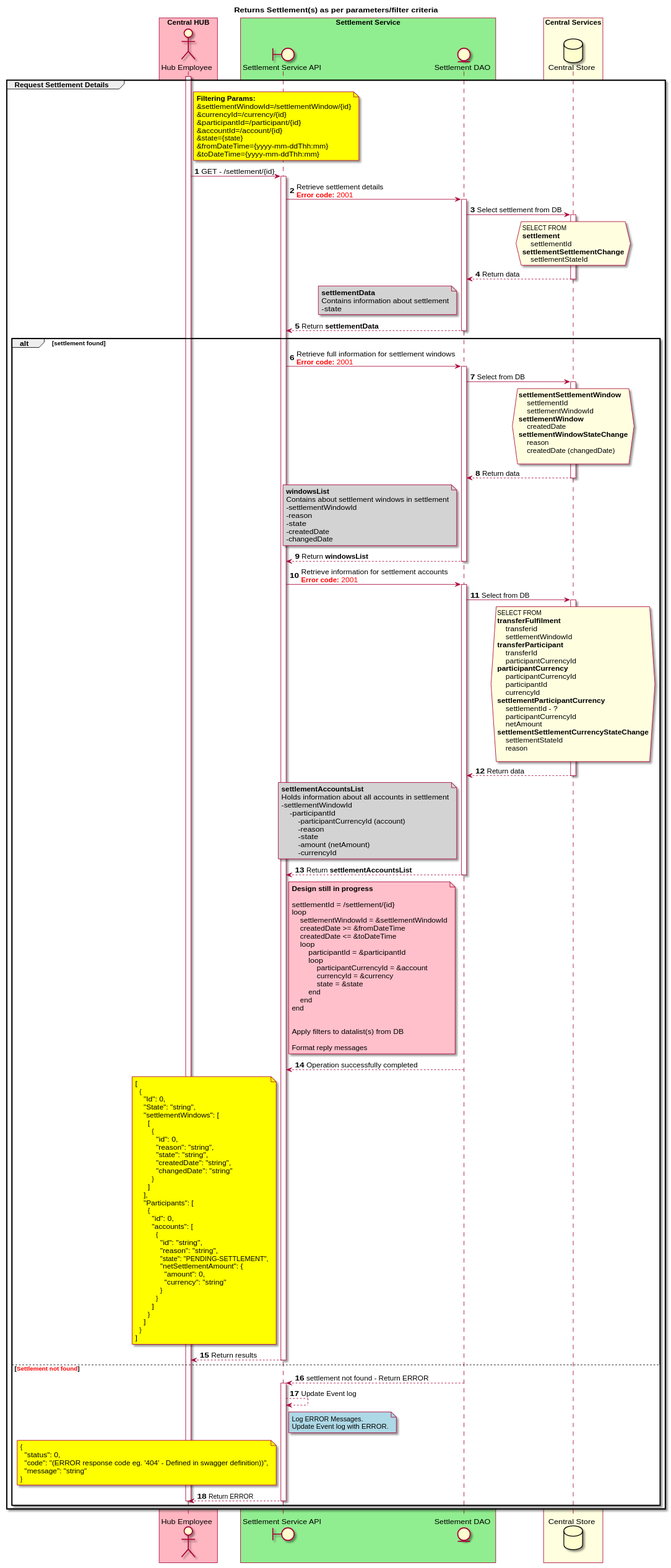
Before: CentralServices/seq_diagrams/seq-settlement-6.2.0.svg, a diagram exported from PlantUML (HenkKodde/docs).
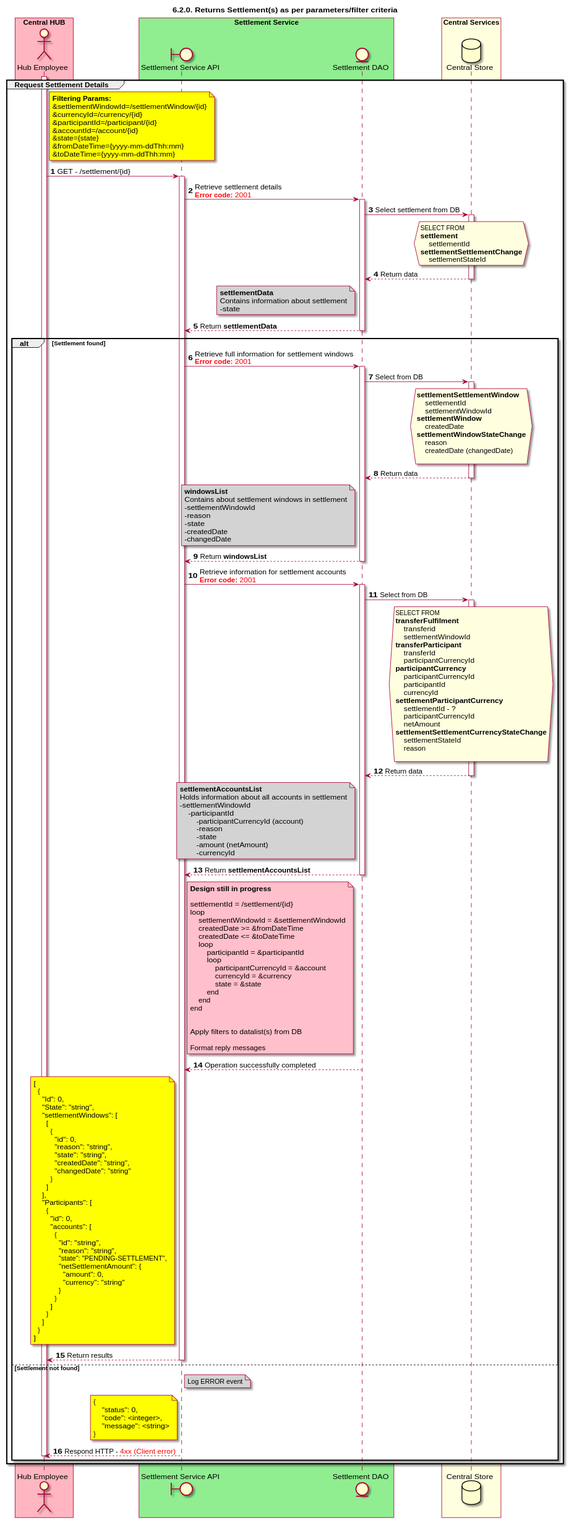
After the change.

The edit, as a diff of the source:
```diff
@@ -1,13 +1,11 @@
 @startuml
-title Returns Settlement(s) as per parameters/filter criteria
+title 6.2.0. Returns Settlement(s) as per parameters/filter criteria
 
 autonumber
 
 actor "Hub Employee" as OPERATOR
-
 boundary "Settlement Service API" as SSAPI
 entity "Settlement DAO" as SETTLE_DAO
-
 database "Central Store" as DB
 
 box "Central HUB" #LightPink
@@ -60,7 +58,7 @@
         end note
         SSAPI <-- SETTLE_DAO: Return **settlementData**
         deactivate SETTLE_DAO
-    alt settlement found
+    alt Settlement found
 
         SSAPI -> SETTLE_DAO: Retrieve full information for settlement windows\n<color #FF0000><b>Error code:</b> 2001</color>
         activate SETTLE_DAO
@@ -194,23 +192,18 @@
         end note
         OPERATOR <-- SSAPI: Return results
     deactivate SSAPI
-    else <color #FF0000><b>Settlement not found</b></color>
-        SETTLE_DAO --> SSAPI: settlement not found - Return ERROR
-        deactivate SETTLE_DAO
-        activate SSAPI
-        SSAPI --> SSAPI: Update Event log
-        note right of SSAPI #LightBlue
-            Log ERROR Messages.
-            Update Event log with ERROR.
+    else Settlement not found
+        note right of SSAPI #lightgray
+            Log ERROR event
         end note
-        note left of SSAPI #Yellow
+        note left of SSAPI #yellow
             {
-              "status": 0,
-              "code": "(ERROR response code eg. '404' - Defined in swagger definition))",
-              "message": "string"
+                "status": 0,
+                "code": <integer>,
+                "message": <string>
             }
         end note
-        OPERATOR <-- SSAPI: Return ERROR
+        OPERATOR <-- SSAPI: Respond HTTP - <color #FF0000>4xx (Client error)</color>
         deactivate SSAPI
     deactivate OPERATOR
     end
```
